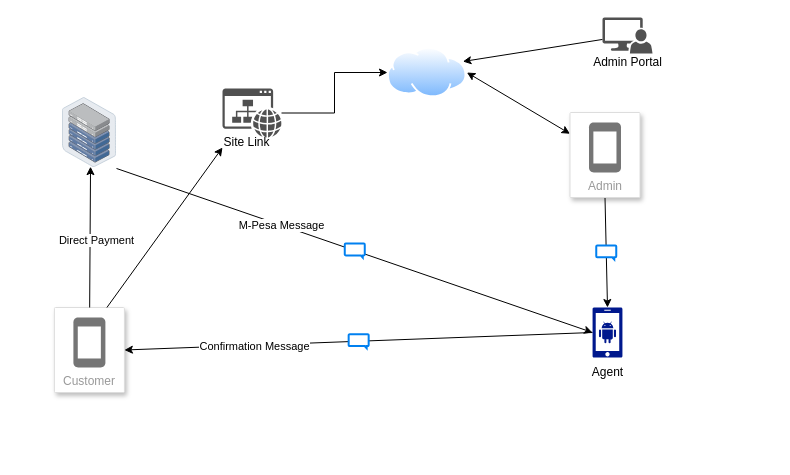
Before: diagrams/Untitled Diagram.drawio in kariuki-joseph/drawio-diagrams, a draw.io diagram. Source tidied: cells renumbered, new cells numbered last; positions are measured from the earlier drawing's top-left corner, leaving out a move shared by most shapes. Both pictures are drawn from the tidied source at 100%, with x=0, y=0 at pixel (54, 17).
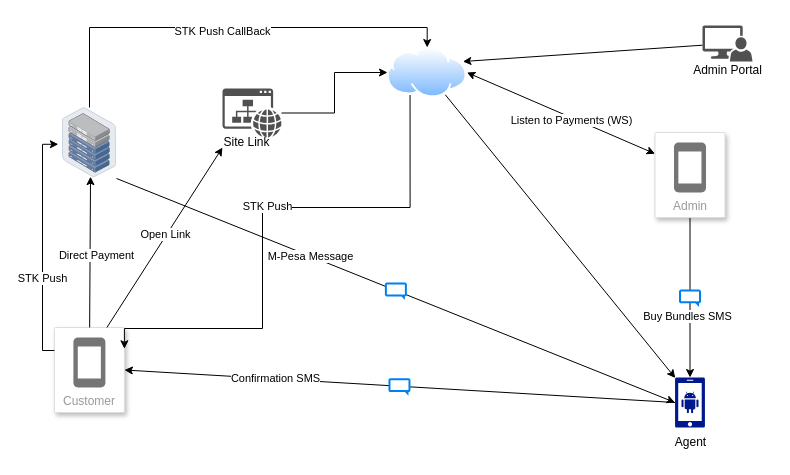
Above is the later version.

The change refers to these unchanged cells:
```xml
<mxCell id="2" style="image;perimeter=ellipsePerimeter;html=1;align=center;shadow=0;dashed=0;spacingTop=3;image=img/lib/active_directory/internet_cloud.svg;" parent="1" vertex="1">
  <mxGeometry x="333" y="30" width="79.4" height="50" as="geometry" />
</mxCell>
<mxCell id="6" style="endArrow=classic;startArrow=classic;html=1;rounded=0;entryX=0;entryY=0.25;entryDx=0;entryDy=0;exitX=1;exitY=0.5;exitDx=0;exitDy=0;" parent="1" edge="1" source="2" target="22">
  <mxGeometry relative="1" as="geometry" />
</mxCell>
<mxCell id="10" style="endArrow=classic;html=1;rounded=0;entryX=1;entryY=0.5;entryDx=0;entryDy=0;exitX=0;exitY=0.5;exitDx=0;exitDy=0;exitPerimeter=0;" parent="1" edge="1" source="19" target="3">
  <mxGeometry relative="1" as="geometry" />
</mxCell>
<mxCell id="16" style="endArrow=classic;html=1;rounded=0;entryX=0.5;entryY=0;entryDx=0;entryDy=0;entryPerimeter=0;exitX=0.5;exitY=1;exitDx=0;exitDy=0;" parent="1" edge="1" source="22" target="19">
  <mxGeometry relative="1" as="geometry" />
</mxCell>
<mxCell id="19" style="sketch=0;shadow=0;dashed=0;html=1;strokeColor=none;labelPosition=center;verticalLabelPosition=bottom;verticalAlign=top;align=center;fillColor=#00188D;shape=mxgraph.mscae.enterprise.android_phone;" parent="18" vertex="1">
  <mxGeometry x="10" width="30" height="50" as="geometry" />
</mxCell>
<mxCell id="32" style="rounded=0;jettySize=auto;html=1;exitX=0.75;exitY=0;exitDx=0;exitDy=0;entryX=0.157;entryY=0.667;entryDx=0;entryDy=0;entryPerimeter=0;" parent="1" edge="1" source="3" target="31">
  <mxGeometry relative="1" as="geometry" />
</mxCell>
```

The edit, as a diff of the source:
```diff
@@
     <mxCell id="3" value="Customer" style="strokeColor=#dddddd;shadow=1;strokeWidth=1;rounded=1;absoluteArcSize=1;arcSize=2;labelPosition=center;verticalLabelPosition=middle;align=center;verticalAlign=bottom;spacingLeft=0;fontColor=#999999;fontSize=12;whiteSpace=wrap;spacingBottom=2;html=1;" parent="1" vertex="1">
-      <mxGeometry x="-0.1" y="290" width="70" height="85" as="geometry" />
+      <mxGeometry x="-0.1" y="310" width="70" height="85" as="geometry" />
     </mxCell>
@@
+    <mxCell id="34" value="Listen to Payments (WS)" style="edgeLabel;html=1;align=center;verticalAlign=middle;" parent="6" vertex="1">
+      <mxGeometry x="0.11" y="-2" relative="1" as="geometry" />
+    </mxCell>
@@
+    <mxCell id="35" style="edgeStyle=orthogonalEdgeStyle;rounded=0;jettySize=auto;html=1;entryX=0.5;entryY=0;entryDx=0;entryDy=0;" parent="1" edge="1" source="9" target="2">
+      <mxGeometry relative="1" as="geometry">
+        <Array as="points">
+          <mxPoint x="35" y="10" />
+          <mxPoint x="373" y="10" />
+        </Array>
+      </mxGeometry>
+    </mxCell>
+    <mxCell id="36" value="STK Push CallBack" style="edgeLabel;html=1;align=center;verticalAlign=middle;" parent="35" vertex="1">
+      <mxGeometry x="-0.03" y="-3" relative="1" as="geometry" />
+    </mxCell>
     <mxCell id="9" style="image;points=[];html=1;align=center;shadow=0;dashed=0;image=img/lib/allied_telesis/storage/Datacenter_Server_Half_Rack_ToR.svg;" parent="1" vertex="1">
-      <mxGeometry x="8" y="80" width="53.9" height="70" as="geometry" />
+      <mxGeometry x="8" y="90" width="53.9" height="70" as="geometry" />
     </mxCell>
@@
-    <mxCell id="12" value="Confirmation Message" style="edgeLabel;html=1;align=center;verticalAlign=middle;" parent="10" vertex="1">
+    <mxCell id="12" value="Confirmation SMS" style="edgeLabel;html=1;align=center;verticalAlign=middle;" parent="10" vertex="1">
       <mxGeometry x="0.51" relative="1" as="geometry">
         <mxPoint x="15" as="offset" />
       </mxGeometry>
     </mxCell>
@@
+    <mxCell id="37" value="Buy Bundles SMS" style="edgeLabel;html=1;align=center;verticalAlign=middle;" parent="16" vertex="1">
+      <mxGeometry x="0.23" y="-3" relative="1" as="geometry" />
+    </mxCell>
     <mxCell id="18" style="group;" parent="1" vertex="1">
-      <mxGeometry x="528" y="290" width="50" height="80" as="geometry" />
+      <mxGeometry x="610.5" y="360" width="50" height="80" as="geometry" />
     </mxCell>
@@
     <mxCell id="21" style="group;" parent="1" vertex="1">
-      <mxGeometry x="500.5" y="130" width="85" height="80" as="geometry" />
+      <mxGeometry x="585.5" y="150" width="85" height="80" as="geometry" />
     </mxCell>
@@
     <mxCell id="24" style="group;" parent="1" vertex="1">
-      <mxGeometry x="528" width="90" height="60" as="geometry" />
+      <mxGeometry x="628" y="8" width="90" height="60" as="geometry" />
     </mxCell>
@@
+    <mxCell id="38" value="Open Link" style="edgeLabel;html=1;align=center;verticalAlign=middle;" parent="32" vertex="1">
+      <mxGeometry x="0.03" y="1" relative="1" as="geometry" />
+    </mxCell>
@@
+    <mxCell id="39" style="edgeStyle=orthogonalEdgeStyle;rounded=0;jettySize=auto;html=1;exitX=0.25;exitY=1;exitDx=0;exitDy=0;entryX=1;entryY=0.25;entryDx=0;entryDy=0;" parent="1" edge="1" source="2" target="3">
+      <mxGeometry relative="1" as="geometry">
+        <Array as="points">
+          <mxPoint x="356" y="190" />
+          <mxPoint x="208" y="190" />
+          <mxPoint x="208" y="311" />
+        </Array>
+      </mxGeometry>
+    </mxCell>
+    <mxCell id="40" value="STK Push" style="edgeLabel;html=1;align=center;verticalAlign=middle;" parent="39" vertex="1">
+      <mxGeometry x="-0.05" y="-2" relative="1" as="geometry" />
+    </mxCell>
+    <mxCell id="41" style="rounded=0;jettySize=auto;html=1;entryX=0.01;entryY=0.01;entryDx=0;entryDy=0;entryPerimeter=0;" parent="1" edge="1" source="2" target="19">
+      <mxGeometry relative="1" as="geometry" />
+    </mxCell>
+    <mxCell id="42" style="edgeStyle=orthogonalEdgeStyle;rounded=0;jettySize=auto;html=1;entryX=-0.077;entryY=0.525;entryDx=0;entryDy=0;entryPerimeter=0;" parent="1" edge="1" source="3" target="9">
+      <mxGeometry relative="1" as="geometry">
+        <Array as="points">
+          <mxPoint x="-12" y="333" />
+          <mxPoint x="-12" y="127" />
+        </Array>
+      </mxGeometry>
+    </mxCell>
+    <mxCell id="43" value="STK Push" style="edgeLabel;html=1;align=center;verticalAlign=middle;" parent="42" vertex="1">
+      <mxGeometry x="-0.28" y="1" relative="1" as="geometry" />
+    </mxCell>
```
